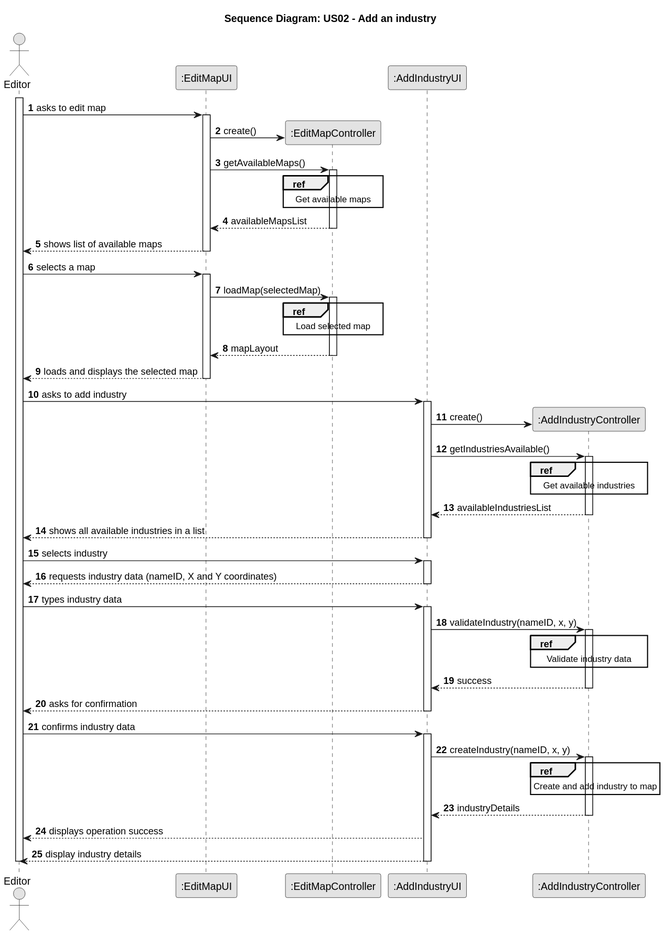
Above: docs/system-documentation/Sprint 3/US02/03.design/svg/US02-SD-split.svg in HenriqueSilva18/Railway-Network-Simulator (PlantUML), before the change. Source of this version:
```plantuml
@startuml
skinparam monochrome true
skinparam packageStyle rectangle
skinparam shadowing false

autonumber

title Sequence Diagram: US02 - Add an industry

actor "Editor" as editor
participant ":EditMapUI" as mapUI
participant ":EditMapController" as mapCTRL
participant ":AddIndustryUI" as UI
participant ":AddIndustryController" as CTRL

activate editor

    editor -> mapUI : asks to edit map

        activate mapUI
            mapUI -> mapCTRL**: create()
            mapUI -> mapCTRL: getAvailableMaps()

            activate mapCTRL
                ref over mapCTRL
                Get available maps
                end
                mapCTRL --> mapUI: availableMapsList
            deactivate mapCTRL

            mapUI --> editor: shows list of available maps
        deactivate mapUI

    editor -> mapUI: selects a map
        activate mapUI

            mapUI -> mapCTRL: loadMap(selectedMap)
            activate mapCTRL

                ref over mapCTRL
                Load selected map
                end

                mapCTRL --> mapUI: mapLayout

            deactivate mapCTRL

            mapUI --> editor: loads and displays the selected map


        deactivate mapUI

    editor -> UI : asks to add industry
        activate UI


            UI -> CTRL**: create()
            UI -> CTRL: getIndustriesAvailable()
            activate CTRL
            ref over CTRL
            Get available industries
            end
                CTRL --> UI: availableIndustriesList
            deactivate CTRL

        UI --> editor: shows all available industries in a list
        deactivate UI

    editor -> UI: selects industry
        activate UI
        UI --> editor: requests industry data (nameID, X and Y coordinates)
        deactivate UI

    editor -> UI: types industry data
        activate UI
        UI -> CTRL: validateIndustry(nameID, x, y)
            activate CTRL

            ref over CTRL
            Validate industry data
            end

                CTRL --> UI: success
            deactivate CTRL

        UI --> editor: asks for confirmation
        deactivate UI

    editor -> UI: confirms industry data
        activate UI
            UI -> CTRL: createIndustry(nameID, x, y)

            ref over CTRL
            Create and add industry to map
            end

            activate CTRL

               CTRL --> UI: industryDetails
               deactivate CTRL

            UI --> editor: displays operation success
            UI --> editor: display industry details

        deactivate UI

deactivate editor
@enduml
```
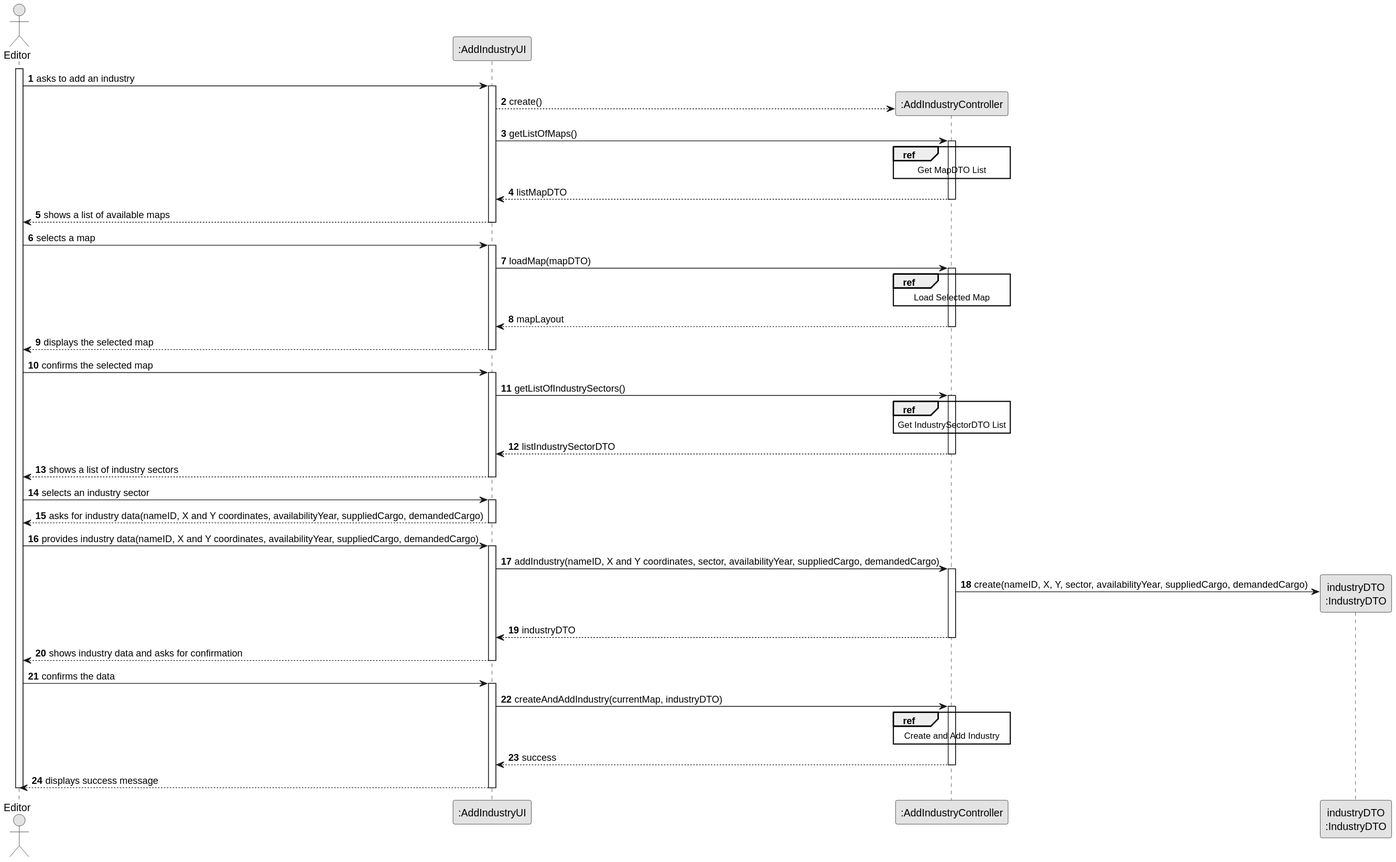
After the commit.

Diff of the diagram source:
```diff
@@ -5,104 +5,91 @@
 
 autonumber
 
-title Sequence Diagram: US02 - Add an industry
-
-actor "Editor" as editor
-participant ":EditMapUI" as mapUI
-participant ":EditMapController" as mapCTRL
+actor "Editor" as EDITOR
 participant ":AddIndustryUI" as UI
 participant ":AddIndustryController" as CTRL
+participant "industryDTO\n:IndustryDTO" as DTO_IND
 
-activate editor
+activate EDITOR
 
-    editor -> mapUI : asks to edit map
+    EDITOR -> UI : asks to add an industry
+    activate UI
+        UI --> CTRL** : create()
+        UI -> CTRL : getListOfMaps()
 
-        activate mapUI
-            mapUI -> mapCTRL**: create()
-            mapUI -> mapCTRL: getAvailableMaps()
+        ref over CTRL
+            Get MapDTO List
+        end ref
 
-            activate mapCTRL
-                ref over mapCTRL
-                Get available maps
-                end
-                mapCTRL --> mapUI: availableMapsList
-            deactivate mapCTRL
+        activate CTRL
+            CTRL --> UI : listMapDTO
+        deactivate CTRL
 
-            mapUI --> editor: shows list of available maps
-        deactivate mapUI
+        UI --> EDITOR : shows a list of available maps
+    deactivate UI
 
-    editor -> mapUI: selects a map
-        activate mapUI
+    EDITOR -> UI : selects a map
+    activate UI
+        UI -> CTRL : loadMap(mapDTO)
 
-            mapUI -> mapCTRL: loadMap(selectedMap)
-            activate mapCTRL
+        ref over CTRL
+            Load Selected Map
+        end ref
 
-                ref over mapCTRL
-                Load selected map
-                end
+        activate CTRL
+            CTRL --> UI : mapLayout
+        deactivate CTRL
 
-                mapCTRL --> mapUI: mapLayout
+        UI --> EDITOR : displays the selected map
+    deactivate UI
 
-            deactivate mapCTRL
+    EDITOR -> UI : confirms the selected map
+    activate UI
+        UI -> CTRL : getListOfIndustrySectors()
 
-            mapUI --> editor: loads and displays the selected map
+        ref over CTRL
+            Get IndustrySectorDTO List
+        end ref
 
+        activate CTRL
+            CTRL --> UI : listIndustrySectorDTO
+        deactivate CTRL
 
-        deactivate mapUI
+        UI --> EDITOR : shows a list of industry sectors
+    deactivate UI
 
-    editor -> UI : asks to add industry
-        activate UI
+    EDITOR -> UI : selects an industry sector
+    activate UI
+        UI --> EDITOR : asks for industry data(nameID, X and Y coordinates, availabilityYear, suppliedCargo, demandedCargo)
+    deactivate UI
 
+    EDITOR -> UI : provides industry data(nameID, X and Y coordinates, availabilityYear, suppliedCargo, demandedCargo)
+    activate UI
+        UI -> CTRL : addIndustry(nameID, X and Y coordinates, sector, availabilityYear, suppliedCargo, demandedCargo)
 
-            UI -> CTRL**: create()
-            UI -> CTRL: getIndustriesAvailable()
-            activate CTRL
-            ref over CTRL
-            Get available industries
-            end
-                CTRL --> UI: availableIndustriesList
-            deactivate CTRL
+        activate CTRL
+            CTRL -> DTO_IND** : create(nameID, X, Y, sector, availabilityYear, suppliedCargo, demandedCargo)
 
-        UI --> editor: shows all available industries in a list
-        deactivate UI
+            CTRL --> UI : industryDTO
+        deactivate CTRL
 
-    editor -> UI: selects industry
-        activate UI
-        UI --> editor: requests industry data (nameID, X and Y coordinates)
-        deactivate UI
+        UI --> EDITOR : shows industry data and asks for confirmation
+    deactivate UI
 
-    editor -> UI: types industry data
-        activate UI
-        UI -> CTRL: validateIndustry(nameID, x, y)
-            activate CTRL
+    EDITOR -> UI : confirms the data
+    activate UI
+        UI -> CTRL : createAndAddIndustry(currentMap, industryDTO)
 
-            ref over CTRL
-            Validate industry data
-            end
+        ref over CTRL
+            Create and Add Industry
+        end ref
 
-                CTRL --> UI: success
-            deactivate CTRL
+        activate CTRL
+            CTRL --> UI : success
+        deactivate CTRL
 
-        UI --> editor: asks for confirmation
-        deactivate UI
+        UI --> EDITOR : displays success message
+    deactivate UI
 
-    editor -> UI: confirms industry data
-        activate UI
-            UI -> CTRL: createIndustry(nameID, x, y)
-
-            ref over CTRL
-            Create and add industry to map
-            end
-
-            activate CTRL
-
-               CTRL --> UI: industryDetails
-               deactivate CTRL
-
-            UI --> editor: displays operation success
-            UI --> editor: display industry details
-
-        deactivate UI
-
-deactivate editor
+deactivate EDITOR
 @enduml
```
